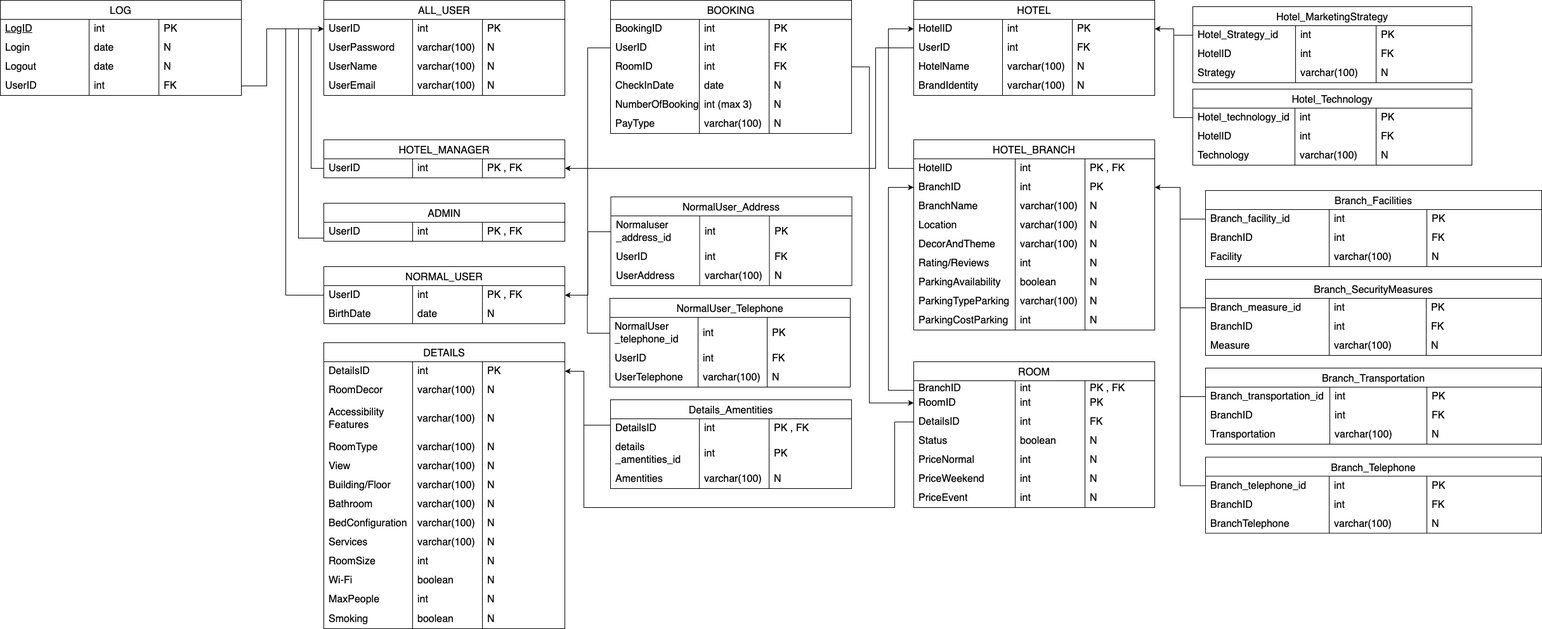
Above: Schema-Diagram.drawio.png in yadsun687/DDBProject_SQLcmd (draw.io), before the change. Source tidied: cells renumbered, new cells last; positions are measured from the earlier drawing's top-left corner, leaving out a move shared by most shapes.
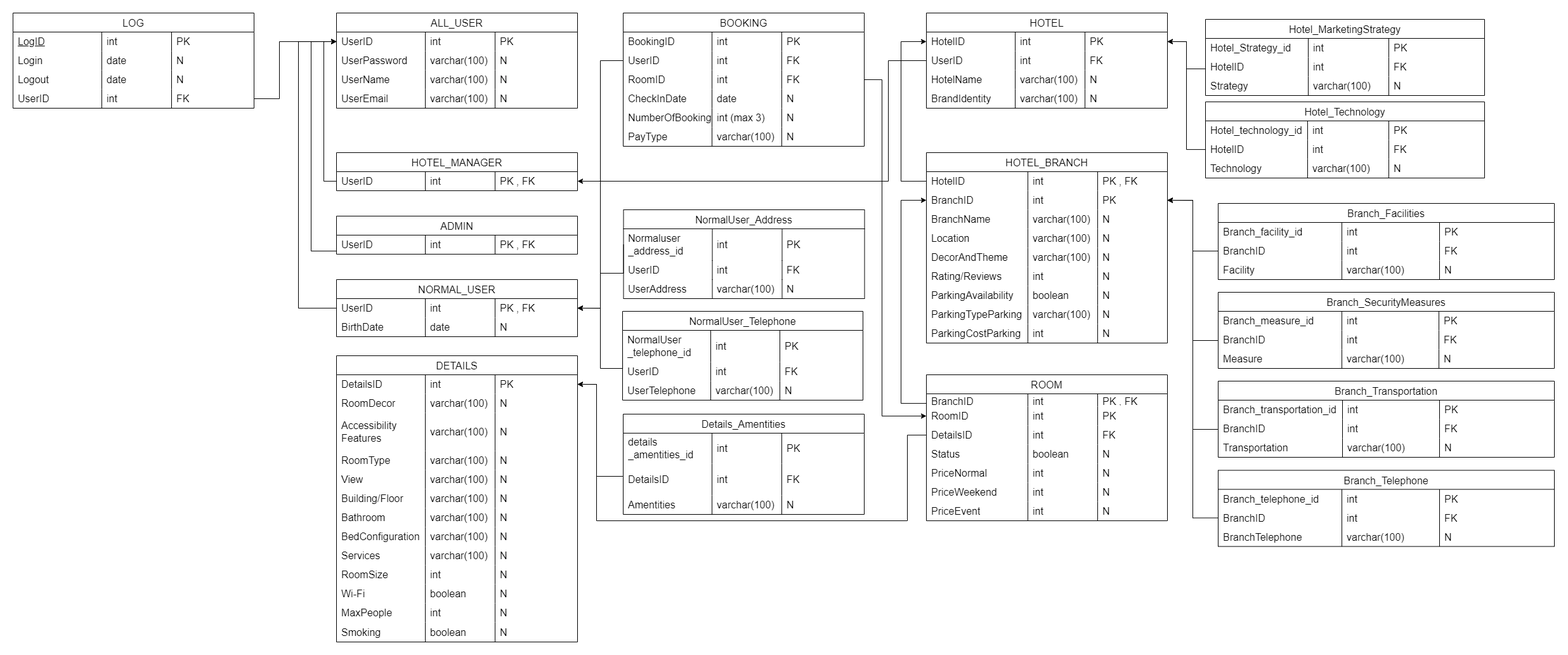
After the change.

Commit message:
detail_amen- match with DB & Correct relation line

What changed in the source:
```diff
@@ -638,34 +638,34 @@
       <mxGeometry x="248" width="131" height="30" as="geometry" />
     </mxCell>
     <mxCell id="213" value="Details_Amentities" style="shape=table;startSize=30;rowLines=0;fontStyle=0;strokeColor=default;fontSize=16;" parent="1" vertex="1">
-      <mxGeometry x="962" y="630" width="380" height="140" as="geometry" />
+      <mxGeometry x="962" y="632" width="380" height="158" as="geometry" />
     </mxCell>
     <mxCell id="214" style="shape=tableRow;horizontal=0;startSize=0;swimlaneHead=0;swimlaneBody=0;top=0;left=0;bottom=0;right=0;fillColor=none;points=[[0,0.5],[1,0.5]];portConstraint=eastwest;strokeColor=inherit;fontSize=16;" parent="213" vertex="1">
-      <mxGeometry y="30" width="380" height="30" as="geometry" />
+      <mxGeometry y="30" width="380" height="48" as="geometry" />
     </mxCell>
-    <mxCell id="215" value="DetailsID" style="shape=partialRectangle;html=1;whiteSpace=wrap;fillColor=none;top=0;left=0;bottom=0;right=0;align=left;spacingLeft=6;overflow=hidden;strokeColor=inherit;fontSize=16;fontStyle=0;" parent="214" vertex="1">
-      <mxGeometry width="140" height="30" as="geometry" />
+    <mxCell id="215" value="details&lt;br style=&quot;border-color: var(--border-color);&quot;&gt;_amentities_id" style="shape=partialRectangle;html=1;whiteSpace=wrap;fillColor=none;top=0;left=0;bottom=0;right=0;align=left;spacingLeft=6;overflow=hidden;strokeColor=inherit;fontSize=16;fontStyle=0;" parent="214" vertex="1">
+      <mxGeometry width="140" height="48" as="geometry" />
     </mxCell>
     <mxCell id="216" value="int" style="shape=partialRectangle;html=1;whiteSpace=wrap;fillColor=none;top=0;left=0;bottom=0;right=0;align=left;spacingLeft=6;overflow=hidden;strokeColor=inherit;fontSize=16;" parent="214" vertex="1">
-      <mxGeometry x="140" width="110" height="30" as="geometry" />
+      <mxGeometry x="140" width="110" height="48" as="geometry" />
     </mxCell>
-    <mxCell id="217" value="PK , FK" style="shape=partialRectangle;html=1;whiteSpace=wrap;fillColor=none;top=0;left=0;bottom=0;right=0;align=left;spacingLeft=6;overflow=hidden;strokeColor=inherit;fontSize=16;" parent="214" vertex="1">
-      <mxGeometry x="250" width="130" height="30" as="geometry" />
+    <mxCell id="217" value="PK" style="shape=partialRectangle;html=1;whiteSpace=wrap;fillColor=none;top=0;left=0;bottom=0;right=0;align=left;spacingLeft=6;overflow=hidden;strokeColor=inherit;fontSize=16;" parent="214" vertex="1">
+      <mxGeometry x="250" width="130" height="48" as="geometry" />
     </mxCell>
     <mxCell id="218" style="shape=tableRow;horizontal=0;startSize=0;swimlaneHead=0;swimlaneBody=0;top=0;left=0;bottom=0;right=0;fillColor=none;strokeColor=inherit;fontSize=16;" parent="213" vertex="1">
-      <mxGeometry y="60" width="380" height="50" as="geometry" />
+      <mxGeometry y="78" width="380" height="50" as="geometry" />
     </mxCell>
-    <mxCell id="219" value="details&lt;br&gt;_amentities_id" style="shape=partialRectangle;html=1;whiteSpace=wrap;fillColor=none;top=0;left=0;bottom=0;right=0;align=left;spacingLeft=6;overflow=hidden;strokeColor=inherit;fontSize=16;fontStyle=0;" parent="218" vertex="1">
+    <mxCell id="219" value="DetailsID" style="shape=partialRectangle;html=1;whiteSpace=wrap;fillColor=none;top=0;left=0;bottom=0;right=0;align=left;spacingLeft=6;overflow=hidden;strokeColor=inherit;fontSize=16;fontStyle=0;" parent="218" vertex="1">
       <mxGeometry width="140" height="50" as="geometry" />
     </mxCell>
     <mxCell id="220" value="int" style="shape=partialRectangle;html=1;whiteSpace=wrap;fillColor=none;top=0;left=0;bottom=0;right=0;align=left;spacingLeft=6;overflow=hidden;strokeColor=inherit;fontSize=16;" parent="218" vertex="1">
       <mxGeometry x="140" width="110" height="50" as="geometry" />
     </mxCell>
-    <mxCell id="221" value="PK&amp;nbsp;" style="shape=partialRectangle;html=1;whiteSpace=wrap;fillColor=none;top=0;left=0;bottom=0;right=0;align=left;spacingLeft=6;overflow=hidden;strokeColor=inherit;fontSize=16;" parent="218" vertex="1">
+    <mxCell id="221" value="FK" style="shape=partialRectangle;html=1;whiteSpace=wrap;fillColor=none;top=0;left=0;bottom=0;right=0;align=left;spacingLeft=6;overflow=hidden;strokeColor=inherit;fontSize=16;" parent="218" vertex="1">
       <mxGeometry x="250" width="130" height="50" as="geometry" />
     </mxCell>
     <mxCell id="222" style="shape=tableRow;horizontal=0;startSize=0;swimlaneHead=0;swimlaneBody=0;top=0;left=0;bottom=0;right=0;fillColor=none;strokeColor=inherit;fontSize=16;" parent="213" vertex="1">
-      <mxGeometry y="110" width="380" height="30" as="geometry" />
+      <mxGeometry y="128" width="380" height="30" as="geometry" />
     </mxCell>
     <mxCell id="223" value="Amentities" style="shape=partialRectangle;html=1;whiteSpace=wrap;fillColor=none;top=0;left=0;bottom=0;right=0;align=left;spacingLeft=6;overflow=hidden;strokeColor=inherit;fontSize=16;fontStyle=0;" parent="222" vertex="1">
       <mxGeometry width="140" height="30" as="geometry" />
@@ -990,29 +990,64 @@
     <mxCell id="323" style="edgeStyle=orthogonalEdgeStyle;rounded=0;jettySize=auto;html=1;exitX=0;exitY=0.5;exitDx=0;exitDy=0;entryX=1;entryY=0.5;entryDx=0;entryDy=0;" parent="1" edge="1" source="214" target="45">
       <mxGeometry relative="1" as="geometry">
         <Array as="points">
-          <mxPoint x="962" y="670" />
-          <mxPoint x="920" y="670" />
+          <mxPoint x="962" y="730" />
+          <mxPoint x="920" y="730" />
           <mxPoint x="920" y="585" />
         </Array>
       </mxGeometry>
     </mxCell>
     <mxCell id="324" style="edgeStyle=orthogonalEdgeStyle;rounded=0;jettySize=auto;html=1;exitX=0;exitY=0.5;exitDx=0;exitDy=0;entryX=1;entryY=0.5;entryDx=0;entryDy=0;" parent="1" edge="1" source="240" target="119">
-      <mxGeometry relative="1" as="geometry" />
+      <mxGeometry relative="1" as="geometry">
+        <Array as="points">
+          <mxPoint x="1900" y="375" />
+          <mxPoint x="1860" y="375" />
+          <mxPoint x="1860" y="295" />
+        </Array>
+      </mxGeometry>
     </mxCell>
     <mxCell id="325" style="edgeStyle=orthogonalEdgeStyle;rounded=0;jettySize=auto;html=1;exitX=0;exitY=0.5;exitDx=0;exitDy=0;entryX=1;entryY=0.5;entryDx=0;entryDy=0;" parent="1" edge="1" source="253" target="119">
-      <mxGeometry relative="1" as="geometry" />
+      <mxGeometry relative="1" as="geometry">
+        <Array as="points">
+          <mxPoint x="1900" y="516" />
+          <mxPoint x="1860" y="516" />
+          <mxPoint x="1860" y="295" />
+        </Array>
+      </mxGeometry>
     </mxCell>
     <mxCell id="326" style="edgeStyle=orthogonalEdgeStyle;rounded=0;jettySize=auto;html=1;exitX=0;exitY=0.5;exitDx=0;exitDy=0;entryX=1;entryY=0.5;entryDx=0;entryDy=0;" parent="1" edge="1" source="266" target="119">
-      <mxGeometry relative="1" as="geometry" />
+      <mxGeometry relative="1" as="geometry">
+        <Array as="points">
+          <mxPoint x="1900" y="656" />
+          <mxPoint x="1860" y="656" />
+          <mxPoint x="1860" y="295" />
+        </Array>
+      </mxGeometry>
     </mxCell>
-    <mxCell id="327" style="edgeStyle=orthogonalEdgeStyle;rounded=0;jettySize=auto;html=1;exitX=0;exitY=0.5;exitDx=0;exitDy=0;" parent="1" edge="1" source="305" target="119">
-      <mxGeometry relative="1" as="geometry" />
+    <mxCell id="327" style="edgeStyle=orthogonalEdgeStyle;rounded=0;jettySize=auto;html=1;exitX=0;exitY=0.5;exitDx=0;exitDy=0;" parent="1" edge="1" source="309" target="119">
+      <mxGeometry relative="1" as="geometry">
+        <Array as="points">
+          <mxPoint x="1860" y="795" />
+          <mxPoint x="1860" y="295" />
+        </Array>
+      </mxGeometry>
     </mxCell>
     <mxCell id="328" style="edgeStyle=orthogonalEdgeStyle;rounded=0;jettySize=auto;html=1;exitX=0;exitY=0.5;exitDx=0;exitDy=0;entryX=1;entryY=0.5;entryDx=0;entryDy=0;" parent="1" edge="1" source="279" target="181">
-      <mxGeometry relative="1" as="geometry" />
+      <mxGeometry relative="1" as="geometry">
+        <Array as="points">
+          <mxPoint x="963" y="410" />
+          <mxPoint x="926" y="410" />
+          <mxPoint x="926" y="465" />
+        </Array>
+      </mxGeometry>
     </mxCell>
     <mxCell id="329" style="edgeStyle=orthogonalEdgeStyle;rounded=0;jettySize=auto;html=1;exitX=0;exitY=0.5;exitDx=0;exitDy=0;entryX=1;entryY=0.5;entryDx=0;entryDy=0;" parent="1" edge="1" source="201" target="181">
-      <mxGeometry relative="1" as="geometry" />
+      <mxGeometry relative="1" as="geometry">
+        <Array as="points">
+          <mxPoint x="961" y="560" />
+          <mxPoint x="926" y="560" />
+          <mxPoint x="926" y="465" />
+        </Array>
+      </mxGeometry>
     </mxCell>
     <mxCell id="330" style="edgeStyle=orthogonalEdgeStyle;rounded=0;jettySize=auto;html=1;exitX=0;exitY=0.5;exitDx=0;exitDy=0;entryX=1;entryY=0.5;entryDx=0;entryDy=0;" parent="1" edge="1" source="102" target="195">
       <mxGeometry relative="1" as="geometry">
@@ -1031,10 +1066,22 @@
       </mxGeometry>
     </mxCell>
     <mxCell id="332" style="edgeStyle=orthogonalEdgeStyle;rounded=0;jettySize=auto;html=1;exitX=0;exitY=0.5;exitDx=0;exitDy=0;entryX=1;entryY=0.5;entryDx=0;entryDy=0;" parent="1" edge="1" source="227" target="98">
-      <mxGeometry relative="1" as="geometry" />
+      <mxGeometry relative="1" as="geometry">
+        <Array as="points">
+          <mxPoint x="1880" y="88" />
+          <mxPoint x="1850" y="88" />
+          <mxPoint x="1850" y="45" />
+        </Array>
+      </mxGeometry>
     </mxCell>
     <mxCell id="333" style="edgeStyle=orthogonalEdgeStyle;rounded=0;jettySize=auto;html=1;exitX=0;exitY=0.5;exitDx=0;exitDy=0;entryX=1;entryY=0.5;entryDx=0;entryDy=0;" parent="1" edge="1" source="292" target="98">
-      <mxGeometry relative="1" as="geometry" />
+      <mxGeometry relative="1" as="geometry">
+        <Array as="points">
+          <mxPoint x="1880" y="215" />
+          <mxPoint x="1850" y="215" />
+          <mxPoint x="1850" y="45" />
+        </Array>
+      </mxGeometry>
     </mxCell>
     <mxCell id="334" style="edgeStyle=orthogonalEdgeStyle;rounded=0;jettySize=auto;html=1;exitX=0;exitY=0.5;exitDx=0;exitDy=0;entryX=1;entryY=0.5;entryDx=0;entryDy=0;" parent="1" edge="1" source="160" target="45">
       <mxGeometry relative="1" as="geometry">
```
